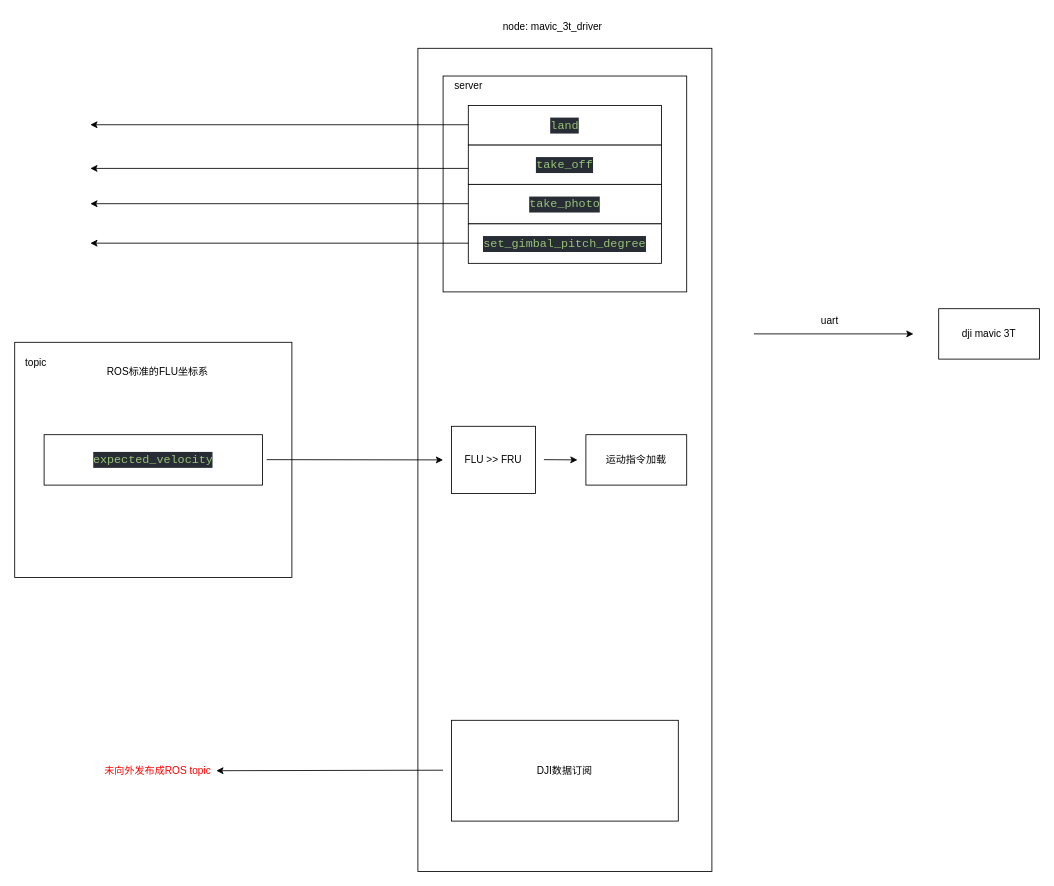
Before: doc/doc_mavic_3t.drawio in LXY112233/indooruav_dji_driver, a draw.io diagram. Source tidied: cells renumbered, new cells numbered last; positions are measured from the earlier drawing's top-left corner, leaving out a move shared by most shapes. Both pictures are drawn from the tidied source at 84%, with x=0, y=0 at pixel (14, 14).
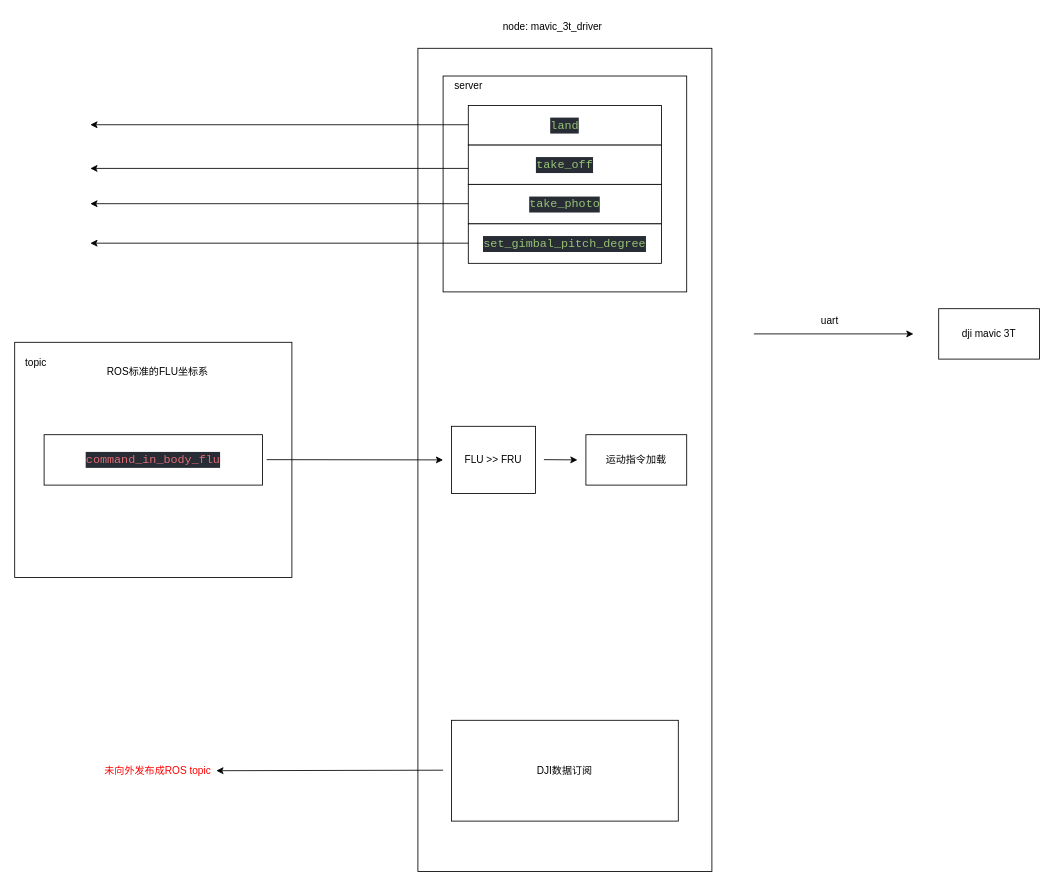
The same diagram, later.

Commit message:
doc: 更新设计图

Diff of the diagram source:
```diff
@@
-    <mxCell id="25" value="&lt;div style=&quot;color: rgb(171, 178, 191); background-color: rgb(40, 44, 52); font-family: Consolas, &amp;quot;Courier New&amp;quot;, monospace; font-size: 14px; line-height: 19px; white-space: pre;&quot;&gt;&lt;span style=&quot;color: rgb(152, 195, 121);&quot;&gt;expected_velocity&lt;/span&gt;&lt;/div&gt;" style="whiteSpace=wrap;html=1;" parent="1" vertex="1">
+    <mxCell id="25" value="&lt;div style=&quot;color: rgb(171, 178, 191); background-color: rgb(40, 44, 52); font-family: Consolas, &amp;quot;Courier New&amp;quot;, monospace; font-size: 14px; line-height: 19px; white-space: pre;&quot;&gt;&lt;div style=&quot;color: rgb(171, 178, 191); line-height: 19px;&quot;&gt;&lt;span style=&quot;color: #e06c75;&quot;&gt;command_in_body_flu&lt;/span&gt;&lt;/div&gt;&lt;/div&gt;" style="whiteSpace=wrap;html=1;" parent="1" vertex="1">
       <mxGeometry x="35" y="500" width="260" height="60" as="geometry" />
     </mxCell>
```
